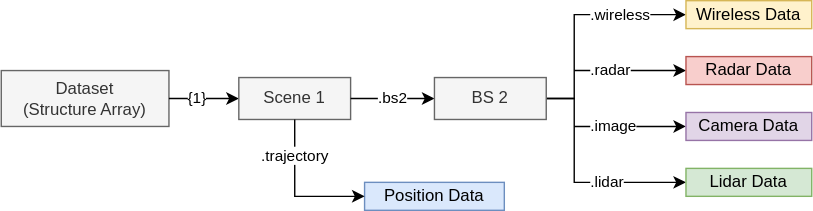
Earlier version of the draw.io export docs/images/struct_main.svg (wireless-intelligence-lab/DeepVerse6G-matlab). Source tidied: cells renumbered, new cells last; positions are measured from the earlier drawing's top-left corner, leaving out a move shared by most shapes. Its diagram source:
```xml
<mxGraphModel>
  <root>
    <mxCell id="0" />
    <mxCell id="1" parent="0" />
    <mxCell id="2" value="Dataset&lt;br&gt;(Structure Array)" style="rounded=0;whiteSpace=wrap;html=1;fillColor=#f5f5f5;fontColor=#333333;strokeColor=#666666;" parent="1" vertex="1">
      <mxGeometry y="50" width="120" height="40" as="geometry" />
    </mxCell>
    <mxCell id="3" value="{1}" style="edgeStyle=none;rounded=0;jettySize=auto;html=1;exitX=1;exitY=0.5;exitDx=0;exitDy=0;" parent="1" edge="1" source="2">
      <mxGeometry x="-0.2" relative="1" as="geometry">
        <mxPoint x="170" y="70" as="targetPoint" />
      </mxGeometry>
    </mxCell>
    <mxCell id="4" value="Scene 1" style="rounded=0;whiteSpace=wrap;html=1;fillColor=#f5f5f5;fontColor=#333333;strokeColor=#666666;" parent="1" vertex="1">
      <mxGeometry x="170" y="55" width="80" height="30" as="geometry" />
    </mxCell>
    <mxCell id="5" value=".bs2" style="rounded=0;jettySize=auto;html=1;exitX=1;exitY=0.5;exitDx=0;exitDy=0;entryX=0;entryY=0.5;entryDx=0;entryDy=0;" parent="1" edge="1" source="4" target="10">
      <mxGeometry relative="1" as="geometry" />
    </mxCell>
    <mxCell id="6" style="edgeStyle=orthogonalEdgeStyle;rounded=0;jettySize=auto;html=1;exitX=1;exitY=0.5;exitDx=0;exitDy=0;entryX=0;entryY=0.5;entryDx=0;entryDy=0;" parent="1" edge="1" source="10" target="13">
      <mxGeometry relative="1" as="geometry">
        <Array as="points">
          <mxPoint x="410" y="70" />
          <mxPoint x="410" y="10" />
        </Array>
      </mxGeometry>
    </mxCell>
    <mxCell id="7" value=".wireless" style="edgeLabel;html=1;align=left;verticalAlign=middle;" parent="6" vertex="1">
      <mxGeometry x="0.41" relative="1" as="geometry">
        <mxPoint x="-23" as="offset" />
      </mxGeometry>
    </mxCell>
    <mxCell id="8" style="edgeStyle=orthogonalEdgeStyle;rounded=0;jettySize=auto;html=1;exitX=1;exitY=0.5;exitDx=0;exitDy=0;entryX=0;entryY=0.5;entryDx=0;entryDy=0;" parent="1" edge="1" source="10" target="17">
      <mxGeometry relative="1" as="geometry">
        <Array as="points">
          <mxPoint x="410" y="70" />
          <mxPoint x="410" y="130" />
        </Array>
      </mxGeometry>
    </mxCell>
    <mxCell id="9" value=".lidar" style="edgeLabel;html=1;align=left;verticalAlign=middle;" parent="8" vertex="1">
      <mxGeometry x="0.41" y="2" relative="1" as="geometry">
        <mxPoint x="-23" y="2" as="offset" />
      </mxGeometry>
    </mxCell>
    <mxCell id="10" value="BS 2" style="rounded=0;whiteSpace=wrap;html=1;fillColor=#f5f5f5;strokeColor=#666666;fontColor=#333333;" parent="1" vertex="1">
      <mxGeometry x="310" y="55" width="80" height="30" as="geometry" />
    </mxCell>
    <mxCell id="11" value="Position Data" style="rounded=0;whiteSpace=wrap;html=1;fillColor=#dae8fc;strokeColor=#6c8ebf;" parent="1" vertex="1">
      <mxGeometry x="260" y="130" width="100" height="20" as="geometry" />
    </mxCell>
    <mxCell id="12" value=".trajectory" style="edgeStyle=orthogonalEdgeStyle;rounded=0;jettySize=auto;html=1;exitX=0.5;exitY=1;exitDx=0;exitDy=0;entryX=0;entryY=0.5;entryDx=0;entryDy=0;" parent="1" edge="1" source="4" target="11">
      <mxGeometry x="-0.5" relative="1" as="geometry" />
    </mxCell>
    <mxCell id="13" value="Wireless Data" style="rounded=0;whiteSpace=wrap;html=1;fillColor=#fff2cc;strokeColor=#d6b656;" parent="1" vertex="1">
      <mxGeometry x="490" width="90" height="20" as="geometry" />
    </mxCell>
    <mxCell id="14" style="edgeStyle=none;rounded=0;jettySize=auto;html=1;entryX=0;entryY=0.5;entryDx=0;entryDy=0;" parent="1" edge="1" target="16">
      <mxGeometry relative="1" as="geometry">
        <mxPoint x="410" y="90" as="sourcePoint" />
      </mxGeometry>
    </mxCell>
    <mxCell id="15" value=".image" style="edgeLabel;html=1;align=left;verticalAlign=middle;" parent="14" vertex="1">
      <mxGeometry x="-0.3" relative="1" as="geometry">
        <mxPoint x="-18" as="offset" />
      </mxGeometry>
    </mxCell>
    <mxCell id="16" value="Camera Data" style="rounded=0;whiteSpace=wrap;html=1;fillColor=#e1d5e7;strokeColor=#9673a6;" parent="1" vertex="1">
      <mxGeometry x="490" y="80" width="90" height="20" as="geometry" />
    </mxCell>
    <mxCell id="17" value="Lidar Data" style="rounded=0;whiteSpace=wrap;html=1;fillColor=#d5e8d4;strokeColor=#82b366;" parent="1" vertex="1">
      <mxGeometry x="490" y="120" width="90" height="20" as="geometry" />
    </mxCell>
    <mxCell id="18" style="edgeStyle=none;rounded=0;jettySize=auto;html=1;entryX=0;entryY=0.5;entryDx=0;entryDy=0;" parent="1" edge="1" target="20">
      <mxGeometry relative="1" as="geometry">
        <mxPoint x="410" y="50" as="sourcePoint" />
      </mxGeometry>
    </mxCell>
    <mxCell id="19" value=".radar" style="edgeLabel;html=1;align=left;verticalAlign=middle;" parent="18" vertex="1">
      <mxGeometry x="-0.12" relative="1" as="geometry">
        <mxPoint x="-25" as="offset" />
      </mxGeometry>
    </mxCell>
    <mxCell id="20" value="Radar Data" style="rounded=0;whiteSpace=wrap;html=1;fillColor=#f8cecc;strokeColor=#b85450;" parent="1" vertex="1">
      <mxGeometry x="490" y="40" width="90" height="20" as="geometry" />
    </mxCell>
  </root>
</mxGraphModel>
```
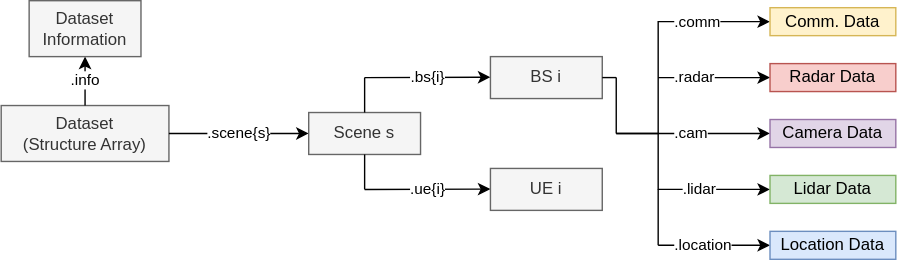
The same diagram one commit later.

Diff of the diagram source:
```diff
@@ -3,55 +3,53 @@
     <mxCell id="0" />
     <mxCell id="1" parent="0" />
     <mxCell id="2" value="Dataset&lt;br&gt;(Structure Array)" style="rounded=0;whiteSpace=wrap;html=1;fillColor=#f5f5f5;fontColor=#333333;strokeColor=#666666;" parent="1" vertex="1">
-      <mxGeometry y="50" width="120" height="40" as="geometry" />
+      <mxGeometry x="-60" y="70" width="120" height="40" as="geometry" />
     </mxCell>
-    <mxCell id="3" value="{1}" style="edgeStyle=none;rounded=0;jettySize=auto;html=1;exitX=1;exitY=0.5;exitDx=0;exitDy=0;" parent="1" edge="1" source="2">
-      <mxGeometry x="-0.2" relative="1" as="geometry">
-        <mxPoint x="170" y="70" as="targetPoint" />
-      </mxGeometry>
+    <mxCell id="3" value=".scene{s}" style="edgeStyle=none;rounded=0;jettySize=auto;html=1;exitX=1;exitY=0.5;exitDx=0;exitDy=0;entryX=0;entryY=0.5;entryDx=0;entryDy=0;" parent="1" edge="1" source="2" target="4">
+      <mxGeometry relative="1" as="geometry" />
     </mxCell>
-    <mxCell id="4" value="Scene 1" style="rounded=0;whiteSpace=wrap;html=1;fillColor=#f5f5f5;fontColor=#333333;strokeColor=#666666;" parent="1" vertex="1">
-      <mxGeometry x="170" y="55" width="80" height="30" as="geometry" />
+    <mxCell id="4" value="Scene s" style="rounded=0;whiteSpace=wrap;html=1;fillColor=#f5f5f5;fontColor=#333333;strokeColor=#666666;" parent="1" vertex="1">
+      <mxGeometry x="160" y="75" width="80" height="30" as="geometry" />
     </mxCell>
-    <mxCell id="5" value=".bs2" style="rounded=0;jettySize=auto;html=1;exitX=1;exitY=0.5;exitDx=0;exitDy=0;entryX=0;entryY=0.5;entryDx=0;entryDy=0;" parent="1" edge="1" source="4" target="10">
-      <mxGeometry relative="1" as="geometry" />
+    <mxCell id="5" value=".bs{i}" style="rounded=0;orthogonalLoop=1;jettySize=auto;html=1;" parent="1" edge="1">
+      <mxGeometry relative="1" as="geometry">
+        <mxPoint x="200" y="50" as="sourcePoint" />
+        <mxPoint x="290" y="49.7" as="targetPoint" />
+      </mxGeometry>
     </mxCell>
-    <mxCell id="6" style="edgeStyle=orthogonalEdgeStyle;rounded=0;jettySize=auto;html=1;exitX=1;exitY=0.5;exitDx=0;exitDy=0;entryX=0;entryY=0.5;entryDx=0;entryDy=0;" parent="1" edge="1" source="10" target="13">
+    <mxCell id="6" style="edgeStyle=orthogonalEdgeStyle;rounded=0;jettySize=auto;html=1;exitX=1;exitY=0.5;exitDx=0;exitDy=0;entryX=0;entryY=0.5;entryDx=0;entryDy=0;" parent="1" edge="1" target="13">
       <mxGeometry relative="1" as="geometry">
+        <mxPoint x="380" y="90" as="sourcePoint" />
         <Array as="points">
-          <mxPoint x="410" y="70" />
+          <mxPoint x="380" y="90" />
+          <mxPoint x="410" y="90" />
           <mxPoint x="410" y="10" />
         </Array>
       </mxGeometry>
     </mxCell>
-    <mxCell id="7" value=".wireless" style="edgeLabel;html=1;align=left;verticalAlign=middle;" parent="6" vertex="1">
+    <mxCell id="7" value=".comm" style="edgeLabel;html=1;align=left;verticalAlign=middle;" parent="6" vertex="1">
       <mxGeometry x="0.41" relative="1" as="geometry">
-        <mxPoint x="-23" as="offset" />
+        <mxPoint x="-14" as="offset" />
       </mxGeometry>
     </mxCell>
-    <mxCell id="8" style="edgeStyle=orthogonalEdgeStyle;rounded=0;jettySize=auto;html=1;exitX=1;exitY=0.5;exitDx=0;exitDy=0;entryX=0;entryY=0.5;entryDx=0;entryDy=0;" parent="1" edge="1" source="10" target="17">
+    <mxCell id="8" style="edgeStyle=orthogonalEdgeStyle;rounded=0;jettySize=auto;html=1;exitX=1;exitY=0.5;exitDx=0;exitDy=0;entryX=0;entryY=0.5;entryDx=0;entryDy=0;" parent="1" edge="1" target="17">
       <mxGeometry relative="1" as="geometry">
+        <mxPoint x="380" y="90" as="sourcePoint" />
         <Array as="points">
-          <mxPoint x="410" y="70" />
+          <mxPoint x="410" y="90" />
           <mxPoint x="410" y="130" />
         </Array>
       </mxGeometry>
     </mxCell>
     <mxCell id="9" value=".lidar" style="edgeLabel;html=1;align=left;verticalAlign=middle;" parent="8" vertex="1">
       <mxGeometry x="0.41" y="2" relative="1" as="geometry">
-        <mxPoint x="-23" y="2" as="offset" />
+        <mxPoint x="-20" y="2" as="offset" />
       </mxGeometry>
     </mxCell>
-    <mxCell id="10" value="BS 2" style="rounded=0;whiteSpace=wrap;html=1;fillColor=#f5f5f5;strokeColor=#666666;fontColor=#333333;" parent="1" vertex="1">
-      <mxGeometry x="310" y="55" width="80" height="30" as="geometry" />
+    <mxCell id="10" value="BS i" style="rounded=0;whiteSpace=wrap;html=1;fillColor=#f5f5f5;strokeColor=#666666;fontColor=#333333;" parent="1" vertex="1">
+      <mxGeometry x="290" y="35" width="80" height="30" as="geometry" />
     </mxCell>
-    <mxCell id="11" value="Position Data" style="rounded=0;whiteSpace=wrap;html=1;fillColor=#dae8fc;strokeColor=#6c8ebf;" parent="1" vertex="1">
-      <mxGeometry x="260" y="130" width="100" height="20" as="geometry" />
-    </mxCell>
-    <mxCell id="12" value=".trajectory" style="edgeStyle=orthogonalEdgeStyle;rounded=0;jettySize=auto;html=1;exitX=0.5;exitY=1;exitDx=0;exitDy=0;entryX=0;entryY=0.5;entryDx=0;entryDy=0;" parent="1" edge="1" source="4" target="11">
-      <mxGeometry x="-0.5" relative="1" as="geometry" />
-    </mxCell>
-    <mxCell id="13" value="Wireless Data" style="rounded=0;whiteSpace=wrap;html=1;fillColor=#fff2cc;strokeColor=#d6b656;" parent="1" vertex="1">
+    <mxCell id="13" value="Comm. Data" style="rounded=0;whiteSpace=wrap;html=1;fillColor=#fff2cc;strokeColor=#d6b656;" parent="1" vertex="1">
       <mxGeometry x="490" width="90" height="20" as="geometry" />
     </mxCell>
     <mxCell id="14" style="edgeStyle=none;rounded=0;jettySize=auto;html=1;entryX=0;entryY=0.5;entryDx=0;entryDy=0;" parent="1" edge="1" target="16">
@@ -59,7 +57,7 @@
         <mxPoint x="410" y="90" as="sourcePoint" />
       </mxGeometry>
     </mxCell>
-    <mxCell id="15" value=".image" style="edgeLabel;html=1;align=left;verticalAlign=middle;" parent="14" vertex="1">
+    <mxCell id="15" value=".cam" style="edgeLabel;html=1;align=left;verticalAlign=middle;" parent="14" vertex="1">
       <mxGeometry x="-0.3" relative="1" as="geometry">
         <mxPoint x="-18" as="offset" />
       </mxGeometry>
@@ -83,5 +81,62 @@
     <mxCell id="20" value="Radar Data" style="rounded=0;whiteSpace=wrap;html=1;fillColor=#f8cecc;strokeColor=#b85450;" parent="1" vertex="1">
       <mxGeometry x="490" y="40" width="90" height="20" as="geometry" />
     </mxCell>
+    <mxCell id="21" value=".info" style="edgeStyle=none;rounded=0;jettySize=auto;html=1;entryX=0.5;entryY=1;entryDx=0;entryDy=0;" parent="1" edge="1" target="22">
+      <mxGeometry relative="1" as="geometry">
+        <mxPoint y="70" as="sourcePoint" />
+      </mxGeometry>
+    </mxCell>
+    <mxCell id="22" value="Dataset&lt;br&gt;Information" style="rounded=0;whiteSpace=wrap;html=1;fillColor=#f5f5f5;fontColor=#333333;strokeColor=#666666;" parent="1" vertex="1">
+      <mxGeometry x="-40" y="-5" width="80" height="40" as="geometry" />
+    </mxCell>
+    <mxCell id="23" style="edgeStyle=none;rounded=0;jettySize=auto;html=1;entryX=0;entryY=0.5;entryDx=0;entryDy=0;" parent="1" edge="1" target="25">
+      <mxGeometry relative="1" as="geometry">
+        <mxPoint x="410" y="170" as="sourcePoint" />
+      </mxGeometry>
+    </mxCell>
+    <mxCell id="24" value=".location" style="edgeLabel;html=1;align=left;verticalAlign=middle;" parent="23" vertex="1">
+      <mxGeometry x="-0.3" relative="1" as="geometry">
+        <mxPoint x="-18" as="offset" />
+      </mxGeometry>
+    </mxCell>
+    <mxCell id="25" value="Location Data" style="rounded=0;whiteSpace=wrap;html=1;fillColor=#dae8fc;strokeColor=#6c8ebf;" parent="1" vertex="1">
+      <mxGeometry x="490" y="160" width="90" height="20" as="geometry" />
+    </mxCell>
+    <mxCell id="26" style="endArrow=none;html=1;rounded=0;" parent="1" edge="1">
+      <mxGeometry relative="1" as="geometry">
+        <mxPoint x="410" y="170" as="sourcePoint" />
+        <mxPoint x="410" y="130" as="targetPoint" />
+      </mxGeometry>
+    </mxCell>
+    <mxCell id="27" style="endArrow=none;html=1;rounded=0;exitX=0.5;exitY=0;exitDx=0;exitDy=0;" parent="1" edge="1" source="4">
+      <mxGeometry relative="1" as="geometry">
+        <mxPoint x="200" y="50" as="targetPoint" />
+      </mxGeometry>
+    </mxCell>
+    <mxCell id="28" value=".ue{i}" style="rounded=0;orthogonalLoop=1;jettySize=auto;html=1;" parent="1" edge="1">
+      <mxGeometry relative="1" as="geometry">
+        <mxPoint x="200" y="130.1" as="sourcePoint" />
+        <mxPoint x="290" y="129.8" as="targetPoint" />
+      </mxGeometry>
+    </mxCell>
+    <mxCell id="29" value="UE i" style="rounded=0;whiteSpace=wrap;html=1;fillColor=#f5f5f5;strokeColor=#666666;fontColor=#333333;" parent="1" vertex="1">
+      <mxGeometry x="290" y="115" width="80" height="30" as="geometry" />
+    </mxCell>
+    <mxCell id="30" style="endArrow=none;html=1;rounded=0;exitX=0.5;exitY=1;exitDx=0;exitDy=0;" parent="1" edge="1" source="4">
+      <mxGeometry relative="1" as="geometry">
+        <mxPoint x="200" y="130" as="targetPoint" />
+      </mxGeometry>
+    </mxCell>
+    <mxCell id="31" style="endArrow=none;html=1;rounded=0;entryX=1;entryY=0.5;entryDx=0;entryDy=0;" parent="1" edge="1" target="10">
+      <mxGeometry relative="1" as="geometry">
+        <mxPoint x="380" y="50" as="sourcePoint" />
+      </mxGeometry>
+    </mxCell>
+    <mxCell id="32" style="endArrow=none;html=1;rounded=0;" parent="1" edge="1">
+      <mxGeometry relative="1" as="geometry">
+        <mxPoint x="380" y="50" as="sourcePoint" />
+        <mxPoint x="380" y="90" as="targetPoint" />
+      </mxGeometry>
+    </mxCell>
   </root>
 </mxGraphModel>
```
